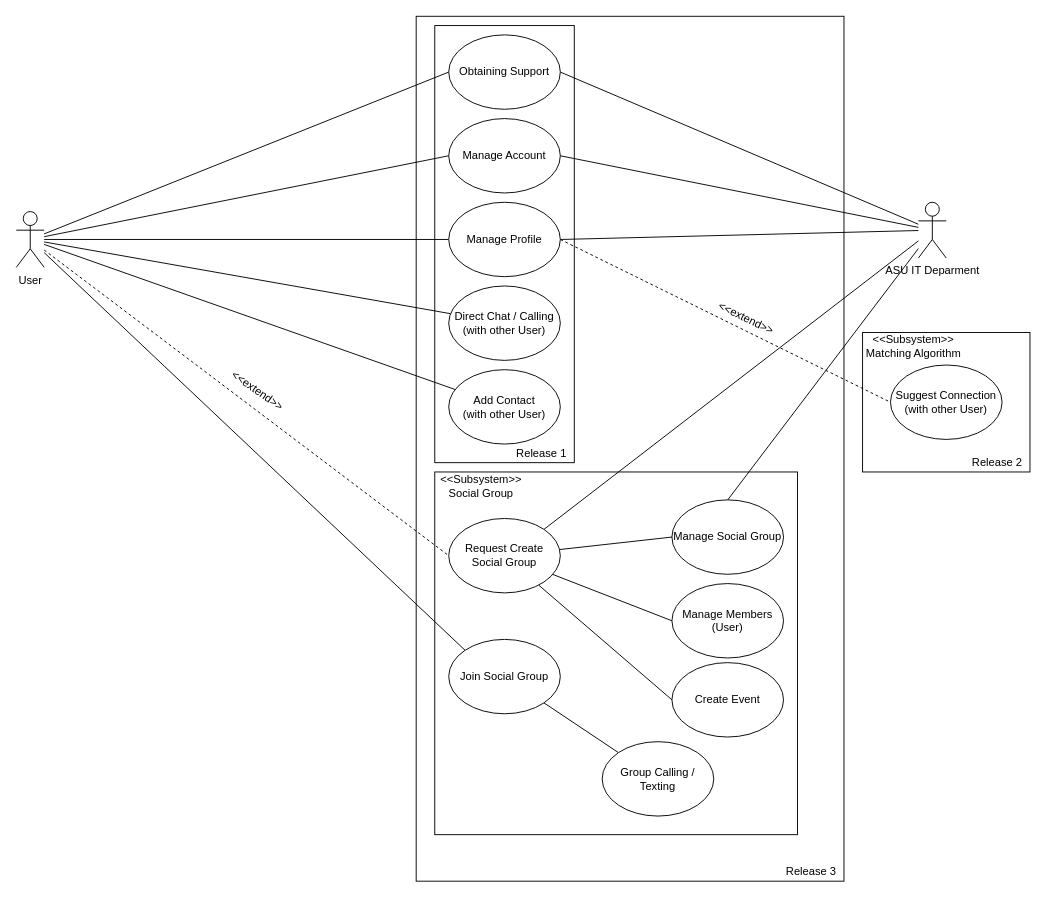
The draw.io diagram Untitled Diagram.drawio in TimeBandit2k/SixFeetPlease, before the edit. Source tidied: cells renumbered, new cells numbered last; positions are measured from the earlier drawing's top-left corner, leaving out a move shared by most shapes. Both pictures are drawn from the tidied source at 93%, with x=0, y=0 at pixel (16, 16).
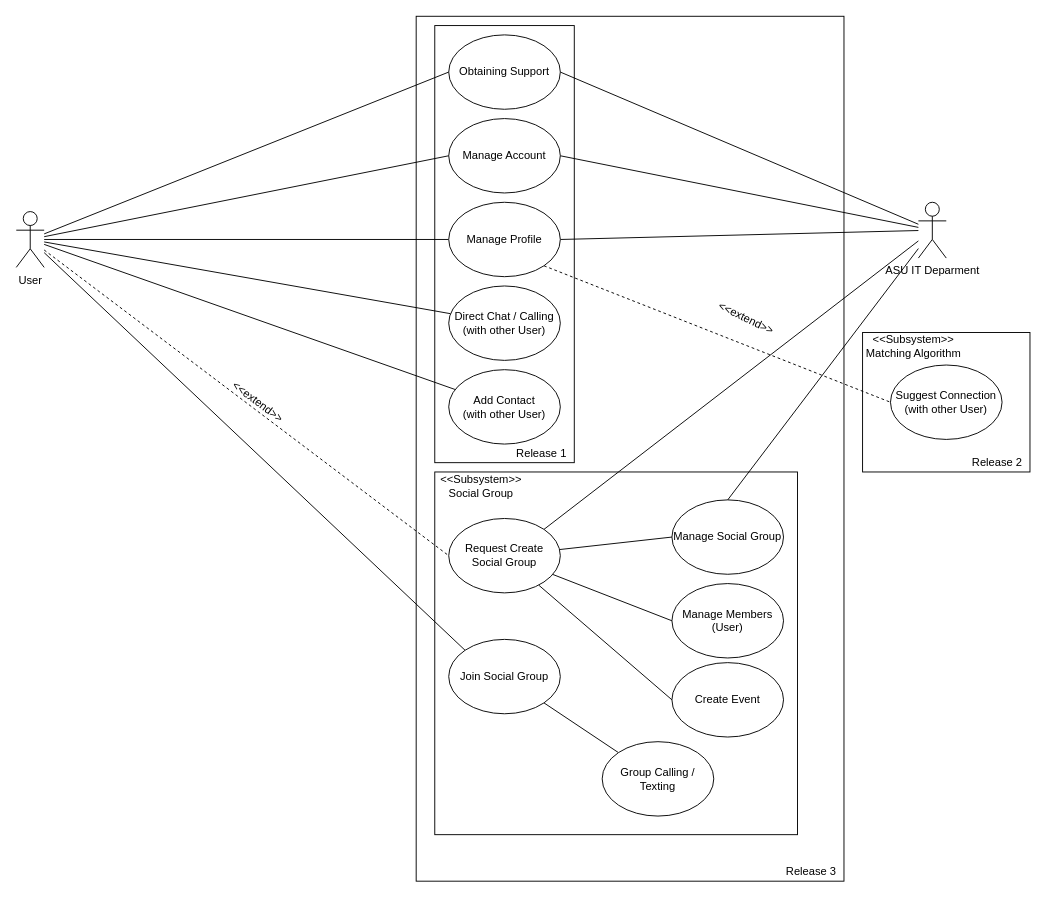
The same page after the edit.

Commit message:
Update Social Platform UML Diagram.drawio

The change refers to these unchanged cells:
```xml
<mxCell id="19" value="Manage Profile" style="ellipse;whiteSpace=wrap;html=1;" parent="1" vertex="1">
  <mxGeometry x="465" y="200" width="120" height="80" as="geometry" />
</mxCell>
<mxCell id="23" value="Suggest Connection (with other User)" style="ellipse;whiteSpace=wrap;html=1;" parent="1" vertex="1">
  <mxGeometry x="940" y="375" width="120" height="80" as="geometry" />
</mxCell>
```

What changed in the source:
```diff
@@
-    <mxCell id="17" style="edgeStyle=none;rounded=0;jettySize=auto;html=1;entryX=0;entryY=0.5;entryDx=0;entryDy=0;endArrow=none;endFill=0;dashed=1;exitX=1;exitY=0.5;exitDx=0;exitDy=0;" parent="1" edge="1" source="19" target="23">
+    <mxCell id="17" style="edgeStyle=none;rounded=0;jettySize=auto;html=1;entryX=0;entryY=0.5;entryDx=0;entryDy=0;endArrow=none;endFill=0;dashed=1;exitX=1;exitY=1;exitDx=0;exitDy=0;" parent="1" edge="1" source="19" target="23">
       <mxGeometry relative="1" as="geometry" />
     </mxCell>
@@
-    <mxCell id="40" value="&amp;lt;&amp;lt;extend&amp;gt;&amp;gt;" style="text;html=1;strokeColor=none;fillColor=none;align=center;verticalAlign=middle;whiteSpace=wrap;rounded=0;rotation=35;" parent="1" vertex="1">
-      <mxGeometry x="220" y="387.5" width="80" height="30" as="geometry" />
+    <mxCell id="40" value="&amp;lt;&amp;lt;extend&amp;gt;&amp;gt;" style="text;html=1;strokeColor=none;fillColor=none;align=center;verticalAlign=middle;whiteSpace=wrap;rounded=0;rotation=37;" parent="1" vertex="1">
+      <mxGeometry x="220" y="400" width="80" height="30" as="geometry" />
     </mxCell>
```
